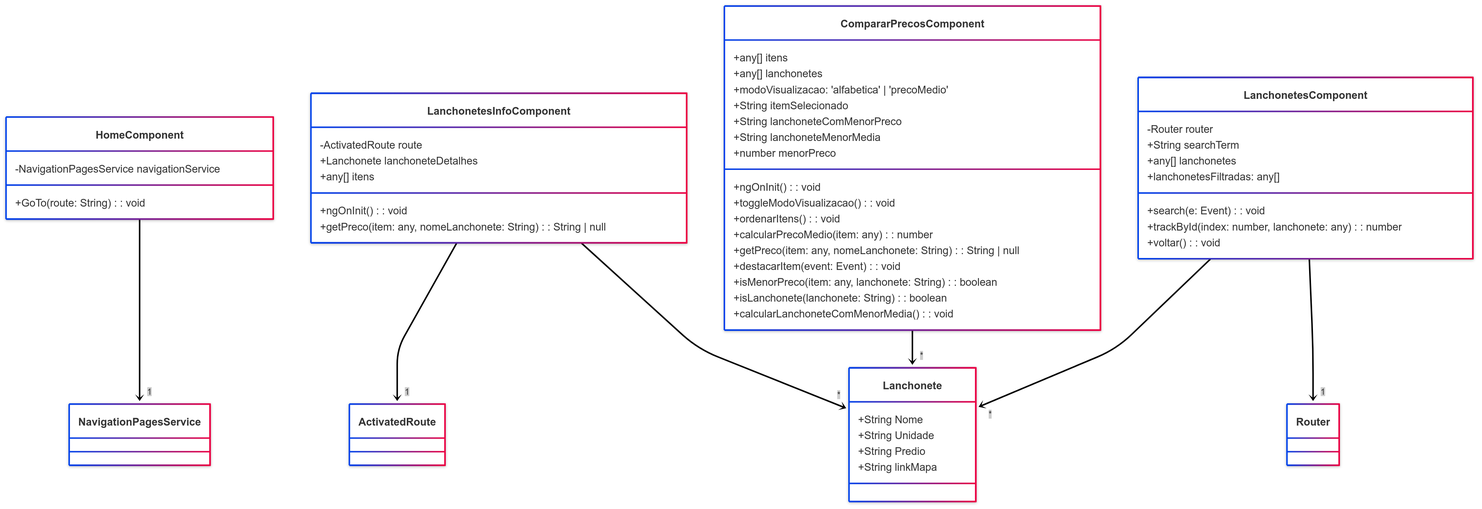
Above: Diagramas UML/DiagramaClasses.png in Lucas-Rezende/Onde-tem-na-UFMG (Mermaid), before the change. Its source is kept beside it as Diagramas UML/DiagramaClasses.mmd. Its diagram source:
```mermaid
classDiagram

class Lanchonete {
  +String Nome
  +String Unidade
  +String Predio
  +String linkMapa
}

class HomeComponent {
  -NavigationPagesService navigationService
  +GoTo(route: String): void
}

class LanchonetesInfoComponent {
  -ActivatedRoute route
  +Lanchonete lanchoneteDetalhes
  +any[] itens
  +ngOnInit(): void
  +getPreco(item: any, nomeLanchonete: String): String | null
}

class LanchonetesComponent {
  -Router router
  +String searchTerm
  +any[] lanchonetes
  +search(e: Event): void
  +lanchonetesFiltradas: any[]
  +trackById(index: number, lanchonete: any): number
  +voltar(): void
}

class CompararPrecosComponent {
  +any[] itens
  +any[] lanchonetes
  +modoVisualizacao: 'alfabetica' | 'precoMedio'
  +String itemSelecionado
  +String lanchoneteComMenorPreco
  +String lanchoneteMenorMedia
  +number menorPreco
  +ngOnInit(): void
  +toggleModoVisualizacao(): void
  +ordenarItens(): void
  +calcularPrecoMedio(item: any): number
  +getPreco(item: any, nomeLanchonete: String): String | null
  +destacarItem(event: Event): void
  +isMenorPreco(item: any, lanchonete: String): boolean
  +isLanchonete(lanchonete: String): boolean
  +calcularLanchoneteComMenorMedia(): void
}

HomeComponent --> "1" NavigationPagesService
LanchonetesInfoComponent --> "1" ActivatedRoute
LanchonetesInfoComponent --> "*" Lanchonete
CompararPrecosComponent --> "*" Lanchonete
LanchonetesComponent --> "1" Router
LanchonetesComponent --> "*" Lanchonete
```
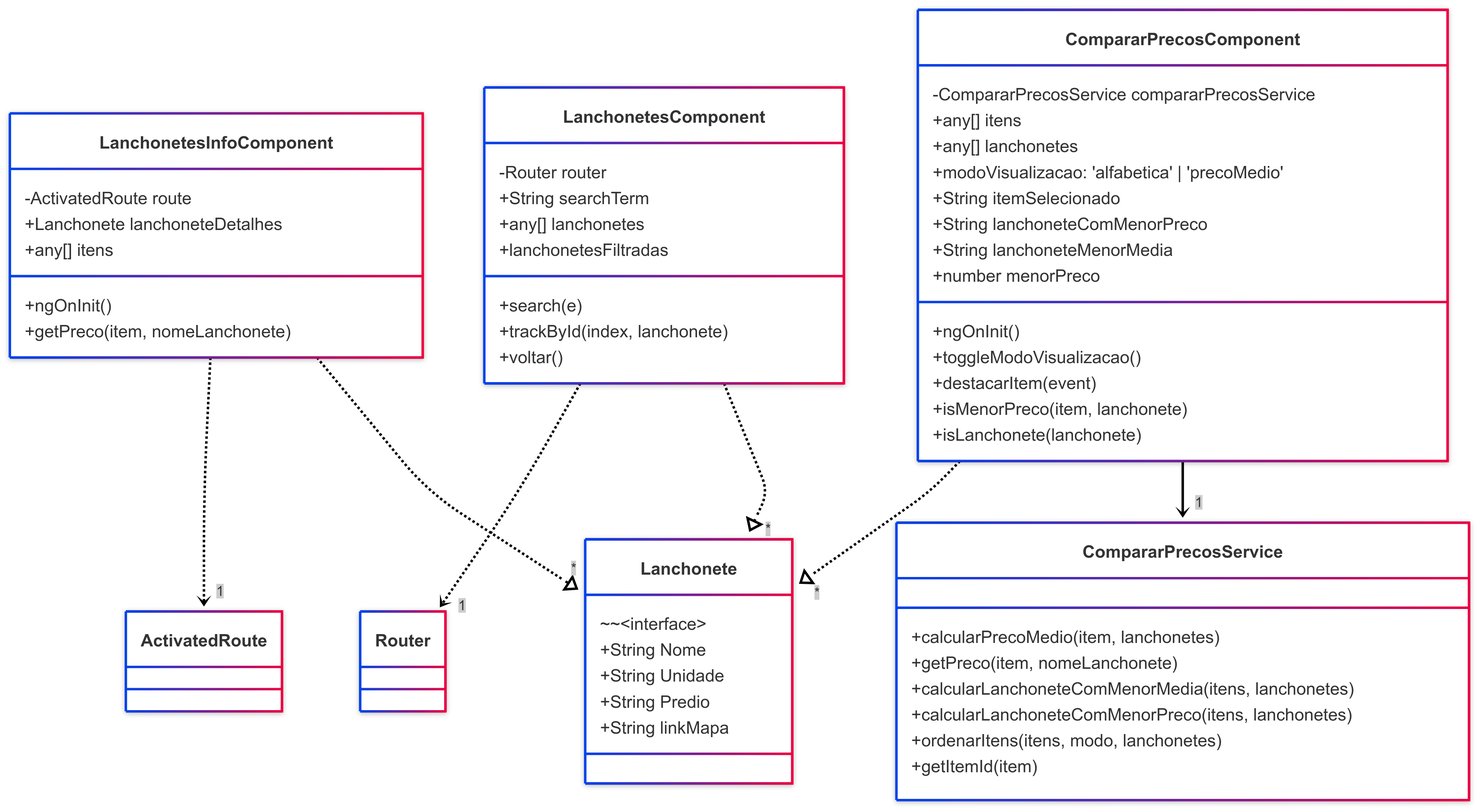
Later version of the same file.

Commit message:
Atualização do diagrama de classes

Diff of the diagram source:
```diff
@@ -1,57 +1,65 @@
 classDiagram
+direction TB
+    class Lanchonete {
+	    ~~~interface~
+	    +String Nome
+	    +String Unidade
+	    +String Predio
+	    +String linkMapa
+    }
 
-class Lanchonete {
-  +String Nome
-  +String Unidade
-  +String Predio
-  +String linkMapa
-}
+    class LanchonetesInfoComponent {
+	    -ActivatedRoute route
+	    +Lanchonete lanchoneteDetalhes
+	    +any[] itens
+	    +ngOnInit()
+	    +getPreco(item, nomeLanchonete)
+    }
 
-class HomeComponent {
-  -NavigationPagesService navigationService
-  +GoTo(route: String): void
-}
+    class LanchonetesComponent {
+	    -Router router
+	    +String searchTerm
+	    +any[] lanchonetes
+	    +lanchonetesFiltradas
+	    +search(e)
+	    +trackById(index, lanchonete)
+	    +voltar()
+    }
 
-class LanchonetesInfoComponent {
-  -ActivatedRoute route
-  +Lanchonete lanchoneteDetalhes
-  +any[] itens
-  +ngOnInit(): void
-  +getPreco(item: any, nomeLanchonete: String): String | null
-}
+    class CompararPrecosComponent {
+	    -CompararPrecosService compararPrecosService
+	    +any[] itens
+	    +any[] lanchonetes
+	    +modoVisualizacao: 'alfabetica' | 'precoMedio'
+	    +String itemSelecionado
+	    +String lanchoneteComMenorPreco
+	    +String lanchoneteMenorMedia
+	    +number menorPreco
+	    +ngOnInit()
+	    +toggleModoVisualizacao()
+	    +destacarItem(event)
+	    +isMenorPreco(item, lanchonete)
+	    +isLanchonete(lanchonete)
+    }
 
-class LanchonetesComponent {
-  -Router router
-  +String searchTerm
-  +any[] lanchonetes
-  +search(e: Event): void
-  +lanchonetesFiltradas: any[]
-  +trackById(index: number, lanchonete: any): number
-  +voltar(): void
-}
+    class CompararPrecosService {
+	    +calcularPrecoMedio(item, lanchonetes)
+	    +getPreco(item, nomeLanchonete)
+	    +calcularLanchoneteComMenorMedia(itens, lanchonetes)
+      +calcularLanchoneteComMenorPreco(itens, lanchonetes)
+      +ordenarItens(itens, modo, lanchonetes)
+      +getItemId(item)
+    }
 
-class CompararPrecosComponent {
-  +any[] itens
-  +any[] lanchonetes
-  +modoVisualizacao: 'alfabetica' | 'precoMedio'
-  +String itemSelecionado
-  +String lanchoneteComMenorPreco
-  +String lanchoneteMenorMedia
-  +number menorPreco
-  +ngOnInit(): void
-  +toggleModoVisualizacao(): void
-  +ordenarItens(): void
-  +calcularPrecoMedio(item: any): number
-  +getPreco(item: any, nomeLanchonete: String): String | null
-  +destacarItem(event: Event): void
-  +isMenorPreco(item: any, lanchonete: String): boolean
-  +isLanchonete(lanchonete: String): boolean
-  +calcularLanchoneteComMenorMedia(): void
-}
+    class ActivatedRoute {
+    }
 
-HomeComponent --> "1" NavigationPagesService
-LanchonetesInfoComponent --> "1" ActivatedRoute
-LanchonetesInfoComponent --> "*" Lanchonete
-CompararPrecosComponent --> "*" Lanchonete
-LanchonetesComponent --> "1" Router
-LanchonetesComponent --> "*" Lanchonete
+    class Router {
+    }
+
+    LanchonetesInfoComponent ..> "1" ActivatedRoute
+    LanchonetesInfoComponent ..|> "*" Lanchonete
+    CompararPrecosComponent ..|> "*" Lanchonete
+    LanchonetesComponent ..> "1" Router
+    LanchonetesComponent ..|> "*" Lanchonete
+    CompararPrecosComponent --> "1" CompararPrecosService
```
